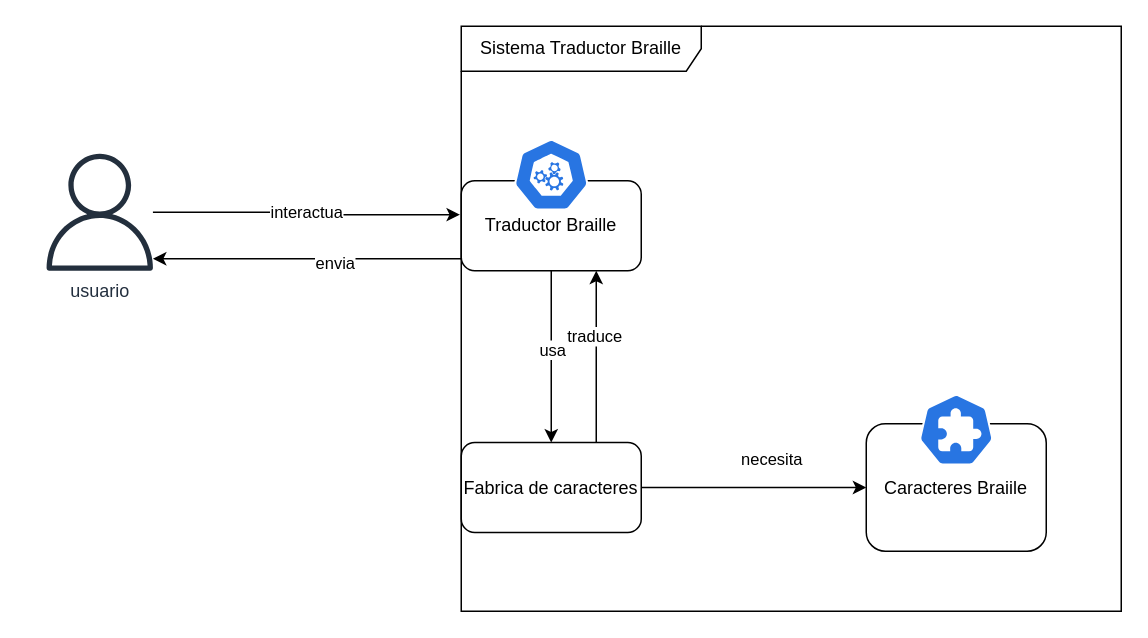
Above: arquitectura/arquitecturaSistemaBraille.drawio in LeonelXD1/TraductorBraille (draw.io), before the change. Source tidied: cells renumbered, new cells numbered last; positions are measured from the earlier drawing's top-left corner, leaving out a move shared by most shapes. Both pictures are drawn from the tidied source at 150%, with x=0, y=0 at pixel (40, 26).
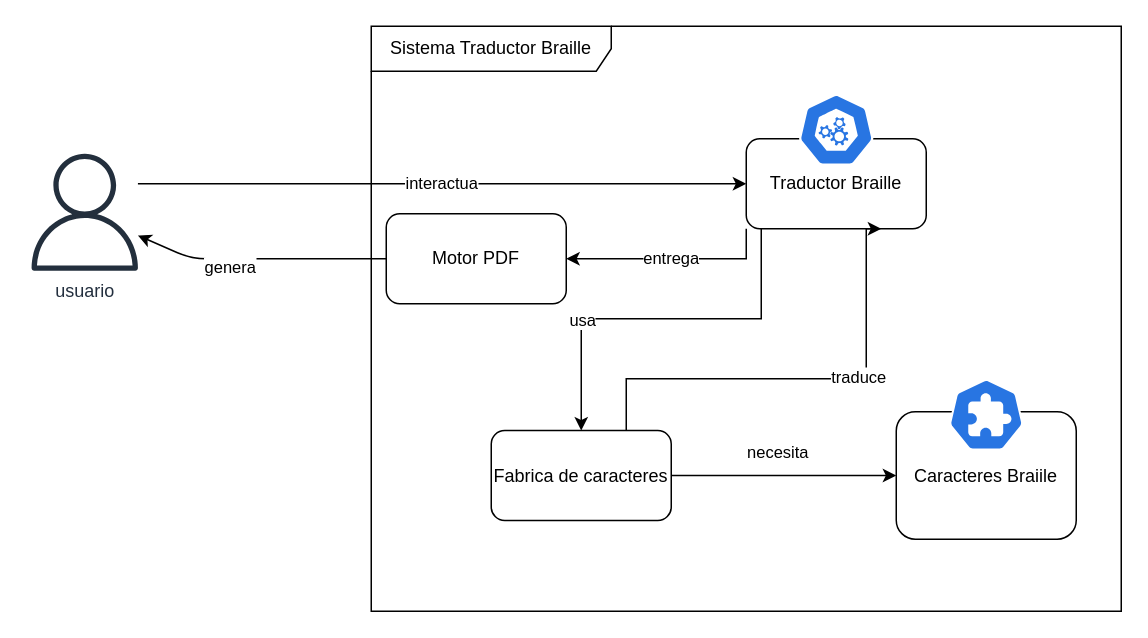
The same diagram, later.

The change refers to these unchanged cells:
```xml
<mxCell id="8" style="edgeStyle=orthogonalEdgeStyle;rounded=0;jettySize=auto;html=1;entryX=0;entryY=0.5;entryDx=0;entryDy=0;" parent="4" edge="1" source="12" target="13">
  <mxGeometry relative="1" as="geometry" />
</mxCell>
```

Change to the diagram source:
```diff
@@
     <mxCell id="2" value="usuario&lt;div&gt;&lt;br&gt;&lt;/div&gt;" style="sketch=0;outlineConnect=0;fontColor=#232F3E;gradientColor=none;fillColor=#232F3D;strokeColor=none;dashed=0;verticalLabelPosition=bottom;verticalAlign=top;align=center;html=1;fontSize=12;fontStyle=0;shape=mxgraph.aws4.user;" parent="1" vertex="1">
-      <mxGeometry y="85" width="78" height="78" as="geometry" />
+      <mxGeometry x="-10" y="85" width="78" height="78" as="geometry" />
     </mxCell>
-    <mxCell id="3" value="interactua" style="edgeStyle=orthogonalEdgeStyle;rounded=0;jettySize=auto;html=1;entryX=-0.007;entryY=0.377;entryDx=0;entryDy=0;entryPerimeter=0;" parent="1" edge="1" source="2" target="7">
-      <mxGeometry relative="1" as="geometry" />
+    <mxCell id="3" value="interactua" style="edgeStyle=orthogonalEdgeStyle;rounded=0;jettySize=auto;html=1;entryX=0;entryY=0.5;entryDx=0;entryDy=0;" parent="1" edge="1" source="2" target="7">
+      <mxGeometry relative="1" as="geometry">
+        <Array as="points">
+          <mxPoint x="420" y="105" />
+        </Array>
+      </mxGeometry>
     </mxCell>
     <mxCell id="4" value="Sistema Traductor Braille" style="shape=umlFrame;whiteSpace=wrap;html=1;width=160;" parent="1" vertex="1">
-      <mxGeometry x="280" width="440" height="390" as="geometry" />
+      <mxGeometry x="220" width="500" height="390" as="geometry" />
     </mxCell>
     <mxCell id="5" style="edgeStyle=orthogonalEdgeStyle;rounded=0;jettySize=auto;html=1;entryX=0.5;entryY=0;entryDx=0;entryDy=0;" parent="4" edge="1" source="7" target="12">
-      <mxGeometry relative="1" as="geometry" />
+      <mxGeometry relative="1" as="geometry">
+        <Array as="points">
+          <mxPoint x="260" y="195" />
+          <mxPoint x="140" y="195" />
+        </Array>
+      </mxGeometry>
     </mxCell>
     <mxCell id="6" value="usa" style="edgeLabel;html=1;align=center;verticalAlign=middle;" parent="5" vertex="1">
       <mxGeometry x="-0.52" relative="1" as="geometry">
-        <mxPoint y="25" as="offset" />
+        <mxPoint x="-119" as="offset" />
       </mxGeometry>
     </mxCell>
     <mxCell id="7" value="Traductor Braille" style="rounded=1;whiteSpace=wrap;html=1;" parent="4" vertex="1">
-      <mxGeometry y="103" width="120" height="60" as="geometry" />
+      <mxGeometry x="250" y="75" width="120" height="60" as="geometry" />
     </mxCell>
@@
     <mxCell id="9" value="necesita" style="edgeLabel;html=1;align=center;verticalAlign=middle;" parent="8" vertex="1">
       <mxGeometry x="0.15" y="1" relative="1" as="geometry">
-        <mxPoint y="-18" as="offset" />
+        <mxPoint x="-16" y="-15" as="offset" />
       </mxGeometry>
     </mxCell>
-    <mxCell id="10" style="edgeStyle=orthogonalEdgeStyle;rounded=0;jettySize=auto;html=1;entryX=0.75;entryY=1;entryDx=0;entryDy=0;" parent="4" edge="1" source="12" target="7">
+    <mxCell id="10" style="edgeStyle=orthogonalEdgeStyle;rounded=0;jettySize=auto;html=1;entryX=0.75;entryY=1;entryDx=0;entryDy=0;exitX=0.75;exitY=0;exitDx=0;exitDy=0;" parent="4" edge="1" source="12" target="7">
       <mxGeometry relative="1" as="geometry">
         <Array as="points">
-          <mxPoint x="90" y="245" />
-          <mxPoint x="90" y="245" />
+          <mxPoint x="170" y="235" />
+          <mxPoint x="330" y="235" />
+          <mxPoint x="330" y="135" />
         </Array>
       </mxGeometry>
     </mxCell>
@@
     <mxCell id="12" value="Fabrica de caracteres" style="rounded=1;whiteSpace=wrap;html=1;" parent="4" vertex="1">
-      <mxGeometry y="277.5" width="120" height="60" as="geometry" />
+      <mxGeometry x="80" y="269.5" width="120" height="60" as="geometry" />
     </mxCell>
     <mxCell id="13" value="Caracteres Braiile" style="rounded=1;whiteSpace=wrap;html=1;" parent="4" vertex="1">
-      <mxGeometry x="270" y="265" width="120" height="85" as="geometry" />
+      <mxGeometry x="350" y="257" width="120" height="85" as="geometry" />
     </mxCell>
     <mxCell id="14" style="sketch=0;html=1;dashed=0;whitespace=wrap;verticalLabelPosition=bottom;verticalAlign=top;fillColor=#2875E2;strokeColor=#ffffff;shape=mxgraph.kubernetes.icon2;prIcon=api;" parent="4" vertex="1">
-      <mxGeometry x="35" y="75" width="50" height="48" as="geometry" />
+      <mxGeometry x="285" y="45" width="50" height="48" as="geometry" />
     </mxCell>
     <mxCell id="15" style="sketch=0;html=1;dashed=0;whitespace=wrap;verticalLabelPosition=bottom;verticalAlign=top;fillColor=#2875E2;strokeColor=#ffffff;shape=mxgraph.kubernetes.icon2;prIcon=crd;" parent="4" vertex="1">
-      <mxGeometry x="305" y="245" width="50" height="48" as="geometry" />
+      <mxGeometry x="385" y="235" width="50" height="48" as="geometry" />
     </mxCell>
-    <mxCell id="16" style="edgeStyle=orthogonalEdgeStyle;rounded=0;jettySize=auto;html=1;" parent="1" edge="1" source="7" target="2">
-      <mxGeometry relative="1" as="geometry">
-        <Array as="points">
-          <mxPoint x="190" y="155" />
-          <mxPoint x="190" y="155" />
-        </Array>
-      </mxGeometry>
-    </mxCell>
-    <mxCell id="17" value="envia" style="edgeLabel;html=1;align=center;verticalAlign=middle;" parent="16" vertex="1">
-      <mxGeometry x="-0.17" y="2" relative="1" as="geometry" />
-    </mxCell>
+    <mxCell id="18" value="Motor PDF" style="rounded=1;whiteSpace=wrap;html=1;" parent="4" vertex="1">
+      <mxGeometry x="10" y="125" width="120" height="60" as="geometry" />
+    </mxCell>
+    <mxCell id="19" value="entrega" style="edgeStyle=orthogonalEdgeStyle;rounded=0;jettySize=auto;html=1;entryX=1;entryY=0.5;entryDx=0;entryDy=0;exitX=0;exitY=1;exitDx=0;exitDy=0;" parent="4" edge="1" source="7" target="18">
+      <mxGeometry relative="1" as="geometry" />
+    </mxCell>
+    <mxCell id="20" style="edgeStyle=none;html=1;" parent="1" edge="1" source="18" target="2">
+      <mxGeometry relative="1" as="geometry">
+        <Array as="points">
+          <mxPoint x="100" y="155" />
+        </Array>
+      </mxGeometry>
+    </mxCell>
+    <mxCell id="21" value="genera" style="edgeLabel;html=1;align=center;verticalAlign=middle;" parent="20" vertex="1">
+      <mxGeometry x="-0.21" y="-3" relative="1" as="geometry">
+        <mxPoint x="-38" y="8" as="offset" />
+      </mxGeometry>
+    </mxCell>
```
